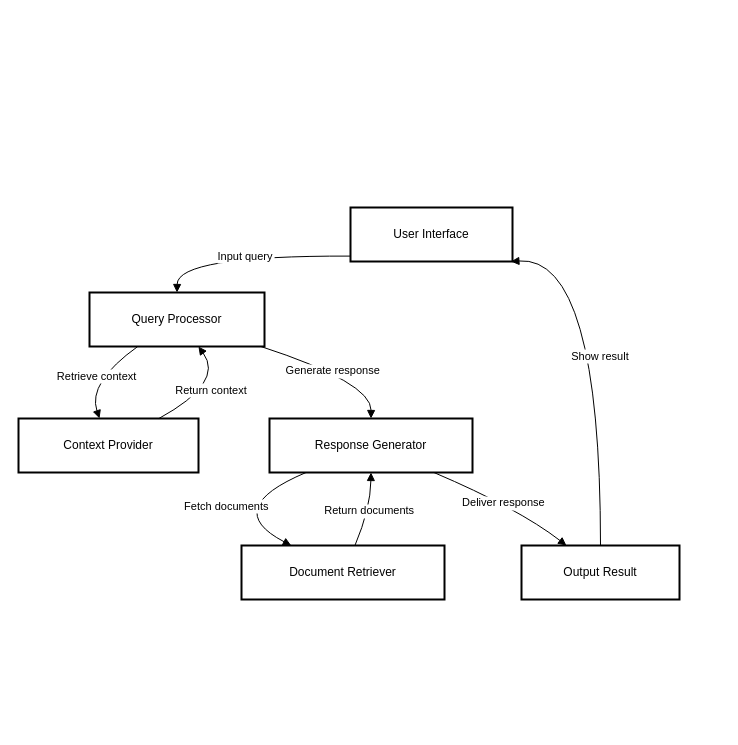
Earlier version of the draw.io diagram codexvitae.drawio (LuciaPauw/CodexVitae). Source tidied: cells renumbered, new cells numbered last; positions are measured from the earlier drawing's top-left corner, leaving out a move shared by most shapes. Both pictures are drawn from the tidied source at 100%, with x=0, y=0 at pixel (18, 207).
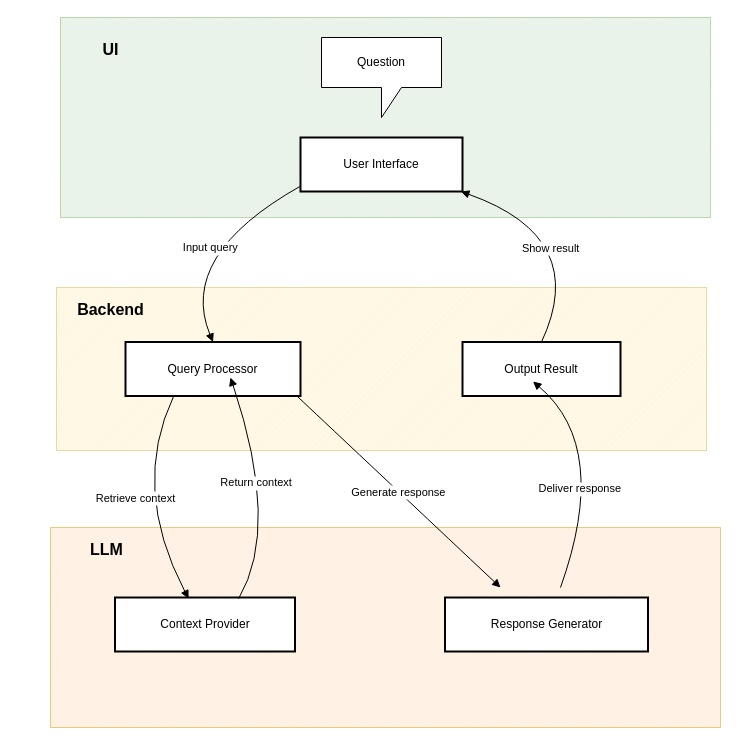
The same page after the edit.

The edit, as a diff of the source:
```diff
@@
+    <mxCell id="16" style="verticalLabelPosition=bottom;verticalAlign=top;html=1;shape=mxgraph.basic.patternFillRect;fillStyle=diag;step=5;fillStrokeWidth=0.2;fillStrokeColor=#dddddd;fillColor=#d5e8d4;strokeColor=#82b366;opacity=50;" parent="1" vertex="1">
+      <mxGeometry x="42" y="-190" width="650" height="200" as="geometry" />
+    </mxCell>
+    <mxCell id="17" style="verticalLabelPosition=bottom;verticalAlign=top;html=1;shape=mxgraph.basic.patternFillRect;fillStyle=diag;step=5;fillStrokeWidth=0.2;fillStrokeColor=#dddddd;fillColor=#fff2cc;strokeColor=#d6b656;opacity=50;" parent="1" vertex="1">
+      <mxGeometry x="38" y="80" width="650" height="163" as="geometry" />
+    </mxCell>
+    <mxCell id="18" style="verticalLabelPosition=bottom;verticalAlign=top;html=1;shape=mxgraph.basic.patternFillRect;fillStyle=diag;step=5;fillStrokeWidth=0.2;fillStrokeColor=#dddddd;fillColor=#ffe6cc;strokeColor=#d79b00;opacity=50;" parent="1" vertex="1">
+      <mxGeometry x="32" y="320" width="670" height="200" as="geometry" />
+    </mxCell>
     <mxCell id="2" value="User Interface" style="whiteSpace=wrap;strokeWidth=2;" parent="1" vertex="1">
-      <mxGeometry x="332" width="162" height="54" as="geometry" />
+      <mxGeometry x="282" y="-70" width="162" height="54" as="geometry" />
     </mxCell>
     <mxCell id="3" value="Query Processor" style="whiteSpace=wrap;strokeWidth=2;" parent="1" vertex="1">
-      <mxGeometry x="71" y="85" width="175" height="54" as="geometry" />
+      <mxGeometry x="107" y="134.5" width="175" height="54" as="geometry" />
     </mxCell>
     <mxCell id="4" value="Context Provider" style="whiteSpace=wrap;strokeWidth=2;" parent="1" vertex="1">
-      <mxGeometry y="211" width="180" height="54" as="geometry" />
+      <mxGeometry x="96.5" y="390" width="180" height="54" as="geometry" />
     </mxCell>
     <mxCell id="5" value="Response Generator" style="whiteSpace=wrap;strokeWidth=2;" parent="1" vertex="1">
-      <mxGeometry x="251" y="211" width="203" height="54" as="geometry" />
+      <mxGeometry x="426.5" y="390" width="203" height="54" as="geometry" />
     </mxCell>
-    <mxCell id="6" value="Document Retriever" style="whiteSpace=wrap;strokeWidth=2;" parent="1" vertex="1">
-      <mxGeometry x="223" y="338" width="203" height="54" as="geometry" />
-    </mxCell>
     <mxCell id="7" value="Output Result" style="whiteSpace=wrap;strokeWidth=2;" parent="1" vertex="1">
-      <mxGeometry x="503" y="338" width="158" height="54" as="geometry" />
+      <mxGeometry x="444" y="134.5" width="158" height="54" as="geometry" />
     </mxCell>
     <mxCell id="8" value="Input query" style="curved=1;startArrow=none;endArrow=block;exitX=0;exitY=0.9;entryX=0.5;entryY=-0.01;" parent="1" edge="1" source="2" target="3">
-      <mxGeometry relative="1" as="geometry">
+      <mxGeometry x="-0.08" y="9" relative="1" as="geometry">
         <Array as="points">
           <mxPoint x="159" y="48" />
         </Array>
       </mxGeometry>
     </mxCell>
-    <mxCell id="9" value="Retrieve context" style="curved=1;startArrow=none;endArrow=block;exitX=0.28;exitY=0.99;entryX=0.45;entryY=0;" parent="1" edge="1" source="3" target="4">
+    <mxCell id="9" value="Retrieve context" style="curved=1;startArrow=none;endArrow=block;exitX=0.28;exitY=0.99;entryX=0.409;entryY=0.021;entryDx=0;entryDy=0;entryPerimeter=0;" parent="1" edge="1" source="3" target="4">
       <mxGeometry relative="1" as="geometry">
         <Array as="points">
-          <mxPoint x="69" y="175" />
+          <mxPoint x="112" y="280" />
         </Array>
       </mxGeometry>
     </mxCell>
-    <mxCell id="10" value="Return context" style="curved=1;startArrow=none;endArrow=block;exitX=0.78;exitY=0;entryX=0.62;entryY=0.99;" parent="1" edge="1" source="4" target="3">
-      <mxGeometry relative="1" as="geometry">
+    <mxCell id="10" value="Return context" style="curved=1;startArrow=none;endArrow=block;exitX=0.687;exitY=0.021;exitDx=0;exitDy=0;exitPerimeter=0;" parent="1" edge="1" source="4">
+      <mxGeometry x="0.11" y="8" relative="1" as="geometry">
+        <mxPoint x="212" y="170" as="targetPoint" />
         <Array as="points">
-          <mxPoint x="206" y="175" />
+          <mxPoint x="262" y="320" />
         </Array>
+        <mxPoint y="1" as="offset" />
       </mxGeometry>
     </mxCell>
-    <mxCell id="11" value="Generate response" style="curved=1;startArrow=none;endArrow=block;exitX=0.97;exitY=0.99;entryX=0.5;entryY=0;" parent="1" edge="1" source="3" target="5">
+    <mxCell id="11" value="Generate response" style="curved=1;startArrow=none;endArrow=block;exitX=0.97;exitY=0.99;" parent="1" edge="1" source="3">
       <mxGeometry relative="1" as="geometry">
-        <Array as="points">
-          <mxPoint x="353" y="175" />
-        </Array>
+        <mxPoint x="482" y="380" as="targetPoint" />
       </mxGeometry>
     </mxCell>
-    <mxCell id="12" value="Fetch documents" style="curved=1;startArrow=none;endArrow=block;exitX=0.18;exitY=1;entryX=0.24;entryY=-0.01;" parent="1" edge="1" source="5" target="6">
-      <mxGeometry relative="1" as="geometry">
-        <Array as="points">
-          <mxPoint x="202" y="301" />
-        </Array>
-      </mxGeometry>
-    </mxCell>
-    <mxCell id="13" value="Return documents" style="curved=1;startArrow=none;endArrow=block;exitX=0.56;exitY=-0.01;entryX=0.5;entryY=1;" parent="1" edge="1" source="6" target="5">
-      <mxGeometry relative="1" as="geometry">
-        <Array as="points">
-          <mxPoint x="352" y="301" />
-        </Array>
-      </mxGeometry>
-    </mxCell>
-    <mxCell id="14" value="Deliver response" style="curved=1;startArrow=none;endArrow=block;exitX=0.81;exitY=1;entryX=0.28;entryY=-0.01;" parent="1" edge="1" source="5" target="7">
-      <mxGeometry relative="1" as="geometry">
+    <mxCell id="14" value="Deliver response" style="curved=1;startArrow=none;endArrow=block;entryX=0.28;entryY=-0.01;" parent="1" edge="1">
+      <mxGeometry x="-0.19" y="15" relative="1" as="geometry">
+        <mxPoint x="542" y="380" as="sourcePoint" />
+        <mxPoint x="514.5" y="174" as="targetPoint" />
         <Array as="points">
-          <mxPoint x="500" y="301" />
+          <mxPoint x="592" y="240" />
         </Array>
+        <mxPoint y="1" as="offset" />
       </mxGeometry>
     </mxCell>
     <mxCell id="15" value="Show result" style="curved=1;startArrow=none;endArrow=block;exitX=0.5;exitY=-0.01;entryX=0.99;entryY=1;" parent="1" edge="1" source="7" target="2">
-      <mxGeometry relative="1" as="geometry">
+      <mxGeometry x="0.18" y="23" relative="1" as="geometry">
         <Array as="points">
-          <mxPoint x="582" y="48" />
+          <mxPoint x="572" y="30" />
         </Array>
       </mxGeometry>
     </mxCell>
+    <mxCell id="19" value="Question" style="shape=callout;whiteSpace=wrap;html=1;perimeter=calloutPerimeter;" parent="1" vertex="1">
+      <mxGeometry x="303" y="-170" width="120" height="80" as="geometry" />
+    </mxCell>
+    <mxCell id="20" value="&lt;font style=&quot;font-size: 16px;&quot;&gt;UI&lt;/font&gt;" style="text;strokeColor=none;fillColor=none;html=1;fontSize=24;fontStyle=1;verticalAlign=middle;align=center;" parent="1" vertex="1">
+      <mxGeometry x="42" y="-180" width="100" height="40" as="geometry" />
+    </mxCell>
+    <mxCell id="21" value="&lt;font style=&quot;font-size: 16px;&quot;&gt;Backend&lt;/font&gt;" style="text;strokeColor=none;fillColor=none;html=1;fontSize=24;fontStyle=1;verticalAlign=middle;align=center;" parent="1" vertex="1">
+      <mxGeometry x="42" y="80" width="100" height="40" as="geometry" />
+    </mxCell>
+    <mxCell id="22" style="edgeStyle=orthogonalEdgeStyle;rounded=0;orthogonalLoop=1;jettySize=auto;html=1;exitX=0.5;exitY=1;exitDx=0;exitDy=0;" parent="1" edge="1" source="21" target="21">
+      <mxGeometry relative="1" as="geometry" />
+    </mxCell>
+    <mxCell id="23" value="&lt;font style=&quot;font-size: 16px;&quot;&gt;LLM&lt;/font&gt;" style="text;strokeColor=none;fillColor=none;html=1;fontSize=24;fontStyle=1;verticalAlign=middle;align=center;" parent="1" vertex="1">
+      <mxGeometry x="38" y="320" width="100" height="40" as="geometry" />
+    </mxCell>
```
